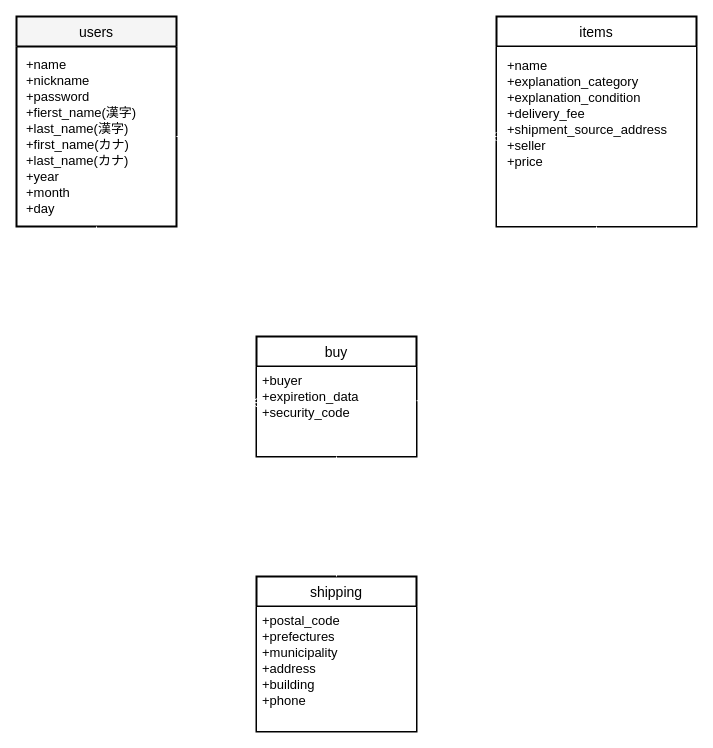
This is furima.dio from takashimayuusuke/furima-32497, a draw.io file, before an edit. Source tidied: cells renumbered, new cells numbered last; positions are measured from the earlier drawing's top-left corner, leaving out a move shared by most shapes. Both pictures are drawn from the tidied source at 100%, with x=0, y=0 at pixel (16, 16).
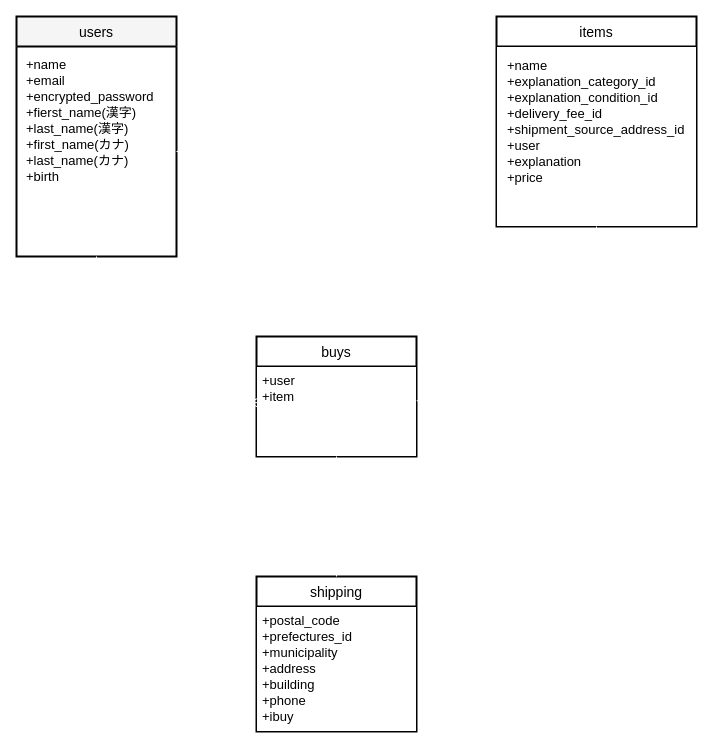
The same page after the edit.

Diff of the diagram source:
```diff
@@
 <mxGraphModel>
   <root>
     <mxCell id="0" />
     <mxCell id="1" parent="0" />
     <mxCell id="2" value="users" style="swimlane;horizontal=1;startSize=30;rounded=0;fontSize=14;fontStyle=0;strokeWidth=2;shadow=0;dashed=0;align=center;fillColor=#f5f5f5;swimlaneFillColor=#ffffff;fontColor=#000000;strokeColor=#000000;" parent="1" vertex="1">
-      <mxGeometry width="160" height="210" as="geometry" />
+      <mxGeometry width="160" height="240" as="geometry" />
     </mxCell>
-    <mxCell id="3" value="+name&#10;+nickname&#10;+password&#10;+fierst_name(漢字)&#10;+last_name(漢字)&#10;+first_name(カナ)&#10;+last_name(カナ)&#10;+year&#10;+month&#10;+day&#10;&#10;" style="align=left;strokeColor=none;fillColor=none;spacingLeft=4;fontSize=13;verticalAlign=top;spacing=6;fontColor=#000000;labelBorderColor=none;" parent="2" vertex="1">
-      <mxGeometry y="30" width="160" height="180" as="geometry" />
+    <mxCell id="3" value="+name&#10;+email&#10;+encrypted_password&#10;+fierst_name(漢字)&#10;+last_name(漢字)&#10;+first_name(カナ)&#10;+last_name(カナ)&#10;+birth&#10;" style="align=left;strokeColor=none;fillColor=none;spacingLeft=4;fontSize=13;verticalAlign=top;spacing=6;fontColor=#000000;labelBorderColor=none;" parent="2" vertex="1">
+      <mxGeometry y="30" width="160" height="210" as="geometry" />
     </mxCell>
     <mxCell id="4" value="items" style="swimlane;horizontal=1;startSize=30;rounded=0;fontSize=14;fontStyle=0;strokeWidth=2;shadow=0;dashed=0;align=center;fontColor=#000000;labelBackgroundColor=none;fillColor=#FFFFFF;swimlaneFillColor=#FFFFFF;strokeColor=#000000;" parent="1" vertex="1">
       <mxGeometry x="480" width="200" height="210" as="geometry" />
     </mxCell>
-    <mxCell id="5" value="+name&#10;+explanation_category&#10;+explanation_condition&#10;+delivery_fee&#10;+shipment_source_address&#10;+seller&#10;+price" style="align=left;spacingLeft=4;fontSize=13;verticalAlign=top;spacing=7;fontColor=#000000;fillColor=#FFFFFF;" parent="4" vertex="1">
+    <mxCell id="5" value="+name&#10;+explanation_category_id&#10;+explanation_condition_id&#10;+delivery_fee_id&#10;+shipment_source_address_id&#10;+user&#10;+explanation&#10;+price" style="align=left;spacingLeft=4;fontSize=13;verticalAlign=top;spacing=7;fontColor=#000000;fillColor=#FFFFFF;" parent="4" vertex="1">
       <mxGeometry y="30" width="200" height="180" as="geometry" />
     </mxCell>
-    <mxCell id="6" style="edgeStyle=orthogonalEdgeStyle;rounded=0;jettySize=auto;html=1;exitX=1;exitY=0.5;exitDx=0;exitDy=0;entryX=0;entryY=0.5;entryDx=0;entryDy=0;startArrow=ERone;startFill=0;startSize=6;endArrow=ERmany;endFill=0;strokeColor=#FFFFFF;" parent="1" edge="1" source="3" target="5">
-      <mxGeometry relative="1" as="geometry" />
+    <mxCell id="6" style="edgeStyle=orthogonalEdgeStyle;rounded=0;jettySize=auto;html=1;exitX=1;exitY=0.5;exitDx=0;exitDy=0;startArrow=ERone;startFill=0;startSize=6;endArrow=ERmany;endFill=0;strokeColor=#FFFFFF;" parent="1" edge="1" source="3">
+      <mxGeometry relative="1" as="geometry">
+        <mxPoint x="476" y="135" as="targetPoint" />
+      </mxGeometry>
     </mxCell>
-    <mxCell id="7" value="buy" style="swimlane;horizontal=1;startSize=30;rounded=0;fontSize=14;fontStyle=0;strokeWidth=2;shadow=0;dashed=0;align=center;fillColor=#FFFFFF;fontColor=#000000;strokeColor=#000000;swimlaneFillColor=#ffffff;" parent="1" vertex="1">
+    <mxCell id="7" value="buys" style="swimlane;horizontal=1;startSize=30;rounded=0;fontSize=14;fontStyle=0;strokeWidth=2;shadow=0;dashed=0;align=center;fillColor=#FFFFFF;fontColor=#000000;strokeColor=#000000;swimlaneFillColor=#ffffff;" parent="1" vertex="1">
       <mxGeometry x="240" y="320" width="160" height="120" as="geometry" />
     </mxCell>
-    <mxCell id="8" value="+buyer&#10;+expiretion_data&#10;+security_code" style="align=left;spacingLeft=4;fontSize=13;verticalAlign=top;fontColor=#000000;fillColor=#FFFFFF;strokeColor=#000000;" parent="7" vertex="1">
+    <mxCell id="8" value="+user&#10;+item" style="align=left;spacingLeft=4;fontSize=13;verticalAlign=top;fontColor=#000000;fillColor=#FFFFFF;strokeColor=#000000;" parent="7" vertex="1">
       <mxGeometry y="30" width="160" height="90" as="geometry" />
     </mxCell>
     <mxCell id="9" style="edgeStyle=orthogonalEdgeStyle;rounded=0;jettySize=auto;html=1;exitX=0.5;exitY=1;exitDx=0;exitDy=0;entryX=0.004;entryY=0.402;entryDx=0;entryDy=0;entryPerimeter=0;startArrow=ERone;startFill=0;startSize=6;endArrow=ERmany;endFill=0;strokeWidth=1;strokeColor=#FFFFFF;" parent="1" edge="1" source="3" target="8">
       <mxGeometry relative="1" as="geometry" />
     </mxCell>
     <mxCell id="10" style="edgeStyle=orthogonalEdgeStyle;rounded=0;jettySize=auto;html=1;exitX=0.5;exitY=1;exitDx=0;exitDy=0;entryX=1.001;entryY=0.38;entryDx=0;entryDy=0;startArrow=ERone;startFill=0;startSize=6;endArrow=ERone;endFill=0;strokeWidth=1;entryPerimeter=0;strokeColor=#FFFFFF;" parent="1" edge="1" source="5" target="8">
       <mxGeometry relative="1" as="geometry" />
     </mxCell>
     <mxCell id="11" value="shipping" style="swimlane;horizontal=1;startSize=30;rounded=0;fontSize=14;fontStyle=0;strokeWidth=2;shadow=0;dashed=0;align=center;fillColor=#FFFFFF;fontColor=#000000;swimlaneFillColor=#000000;strokeColor=#000000;" parent="1" vertex="1">
       <mxGeometry x="240" y="560" width="160" height="155" as="geometry" />
     </mxCell>
-    <mxCell id="12" value="+postal_code&#10;+prefectures&#10;+municipality&#10;+address&#10;+building&#10;+phone" style="align=left;spacingLeft=4;fontSize=13;verticalAlign=top;fillColor=#FFFFFF;fontColor=#000000;strokeColor=#000000;" parent="11" vertex="1">
+    <mxCell id="12" value="+postal_code&#10;+prefectures_id&#10;+municipality&#10;+address&#10;+building&#10;+phone&#10;+ibuy&#10;" style="align=left;spacingLeft=4;fontSize=13;verticalAlign=top;fillColor=#FFFFFF;fontColor=#000000;strokeColor=#000000;" parent="11" vertex="1">
       <mxGeometry y="30" width="160" height="125" as="geometry" />
     </mxCell>
     <mxCell id="13" style="edgeStyle=orthogonalEdgeStyle;rounded=0;jettySize=auto;html=1;exitX=0.5;exitY=1;exitDx=0;exitDy=0;entryX=0.5;entryY=0;entryDx=0;entryDy=0;startArrow=ERone;startFill=0;startSize=6;endArrow=ERone;endFill=0;strokeWidth=1;strokeColor=#FFFFFF;" parent="1" edge="1" source="8" target="11">
       <mxGeometry relative="1" as="geometry" />
     </mxCell>
   </root>
 </mxGraphModel>
```
